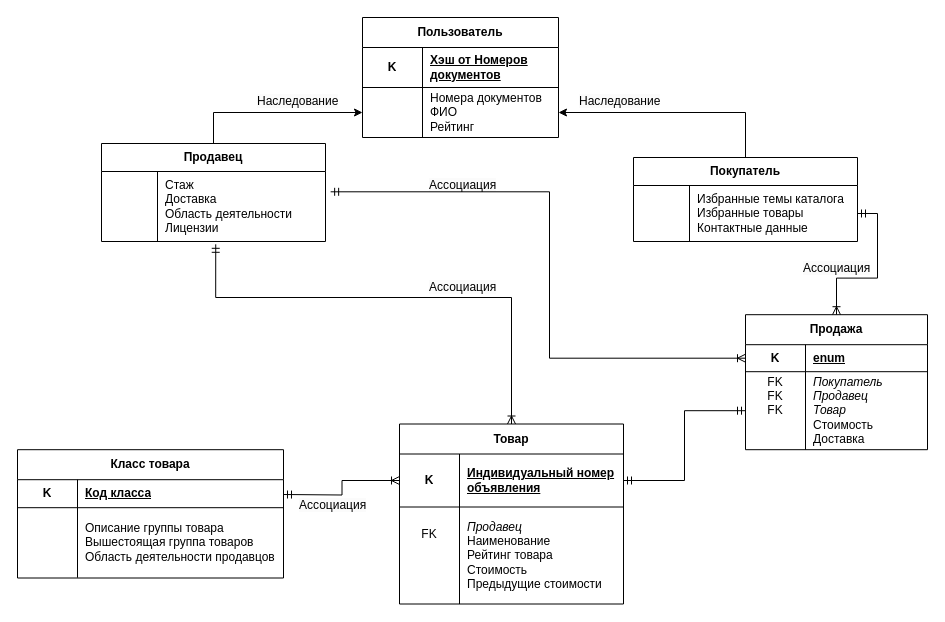
This is page "Page-1" (1 of 3) of Диаграмма без названия.drawio from Djuckman/Compilers2, a draw.io file, before an edit. Source tidied: cells renumbered, new cells numbered last; positions are measured from the earlier drawing's top-left corner, leaving out a move shared by most shapes. Both pictures are drawn from the tidied source at 100%, with x=0, y=0 at pixel (17, 17).
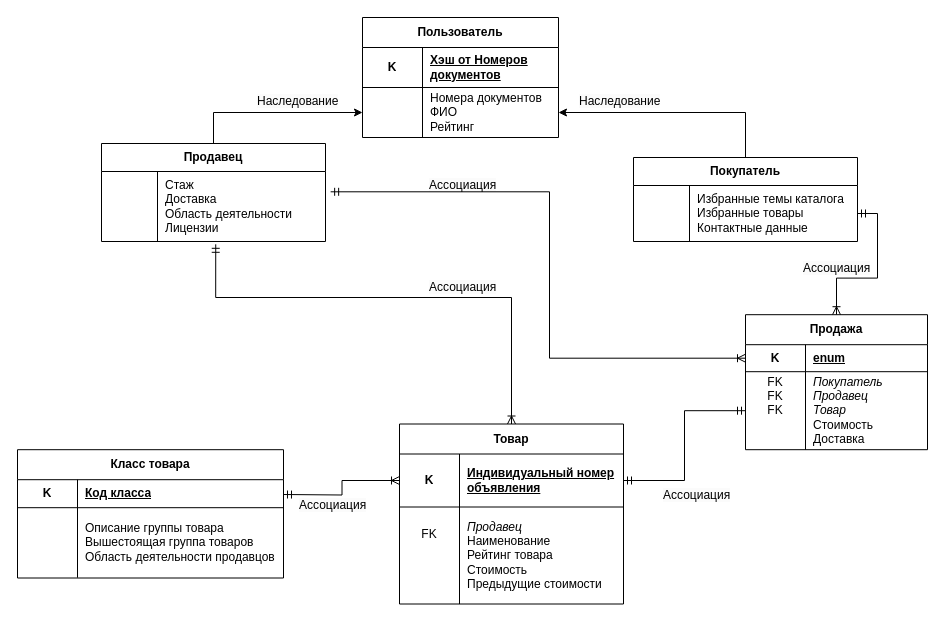
After the change.

The edit, as a diff of the source:
```diff
@@
+    <mxCell id="54" value="&lt;span style=&quot;color: rgb(0, 0, 0); font-family: Helvetica; font-size: 12px; font-style: normal; font-variant-ligatures: normal; font-variant-caps: normal; font-weight: 400; letter-spacing: normal; orphans: 2; text-align: left; text-indent: 0px; text-transform: none; widows: 2; word-spacing: 0px; -webkit-text-stroke-width: 0px; white-space: normal; background-color: rgb(251, 251, 251); text-decoration-thickness: initial; text-decoration-style: initial; text-decoration-color: initial; display: inline !important; float: none;&quot;&gt;Ассоциация&lt;/span&gt;" style="text;whiteSpace=wrap;html=1;" parent="1" vertex="1">
+      <mxGeometry x="644" y="463.5" width="84" height="28" as="geometry" />
+    </mxCell>
```
